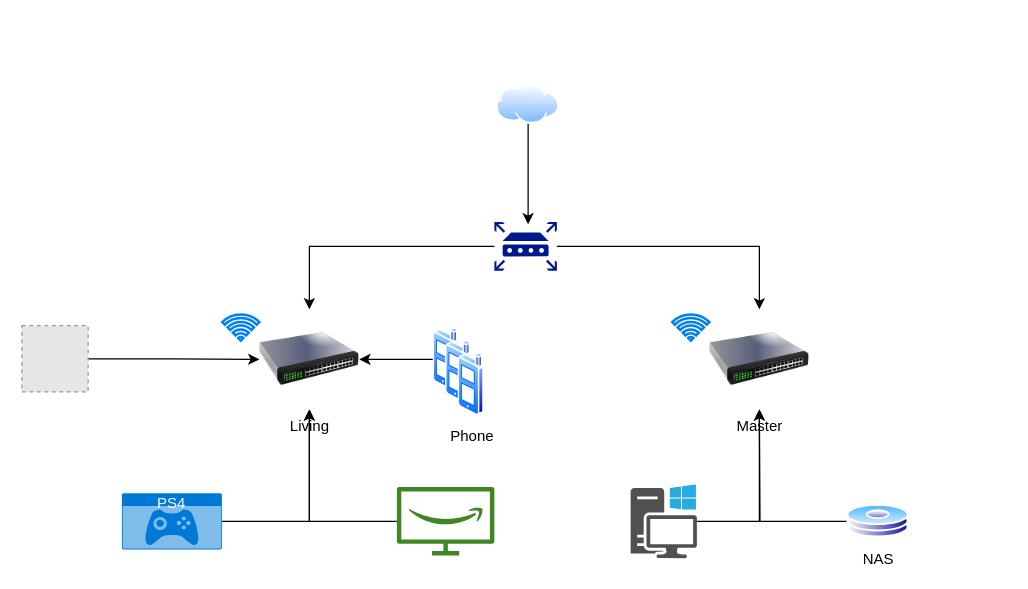
The draw.io diagram Untitled Diagram.drawio in ncinco/DslApi, before the edit. Source tidied: cells renumbered, new cells numbered last; positions are measured from the earlier drawing's top-left corner, leaving out a move shared by most shapes. Both pictures are drawn from the tidied source at 125%, with x=0, y=0 at pixel (21, 84). Pictures stored in the file or linked from it are replaced by grey dashed boxes.
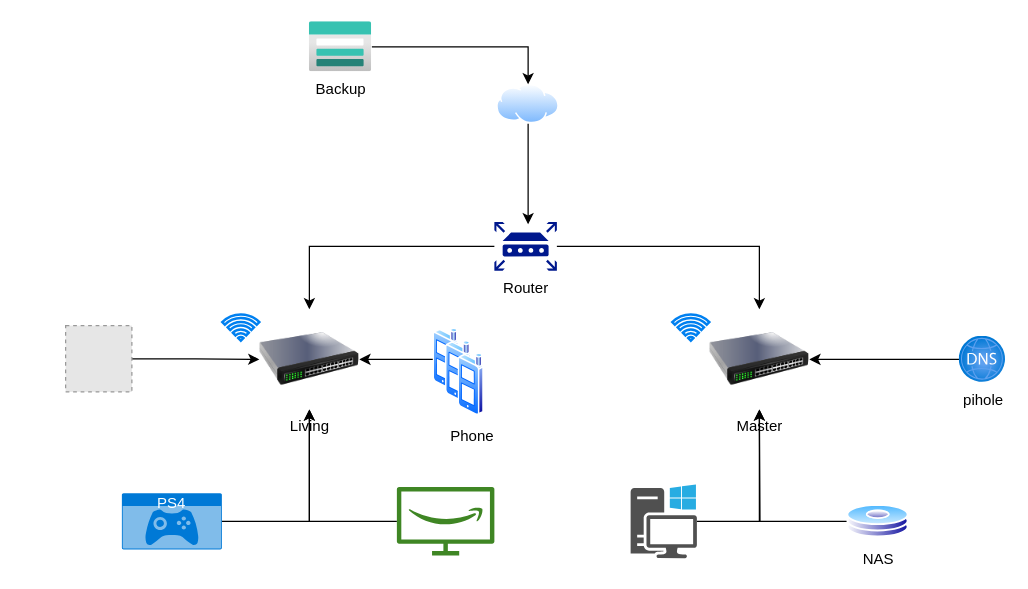
Above is the later version.

The change refers to these unchanged cells:
```xml
<mxCell id="6" style="image;perimeter=ellipsePerimeter;html=1;align=center;shadow=0;dashed=0;spacingTop=3;image=img/lib/active_directory/internet_cloud.svg;" parent="1" vertex="1">
  <mxGeometry x="380" width="50" height="31.5" as="geometry" />
</mxCell>
<mxCell id="8" value="Master" style="image;html=1;image=img/lib/clip_art/networking/Switch_128x128.png;" parent="1" vertex="1">
  <mxGeometry x="550" y="180" width="80" height="80" as="geometry" />
</mxCell>
```

Diff of the diagram source:
```diff
@@
-    <mxCell id="4" style="sketch=0;shadow=0;dashed=0;html=1;strokeColor=none;labelPosition=center;verticalLabelPosition=bottom;verticalAlign=top;align=center;fillColor=#00188D;shape=mxgraph.mscae.enterprise.router;" parent="1" vertex="1">
+    <mxCell id="4" value="Router" style="sketch=0;shadow=0;dashed=0;html=1;strokeColor=none;labelPosition=center;verticalLabelPosition=bottom;verticalAlign=top;align=center;fillColor=#00188D;shape=mxgraph.mscae.enterprise.router;" parent="1" vertex="1">
       <mxGeometry x="378" y="110" width="50" height="39" as="geometry" />
     </mxCell>
@@
     <mxCell id="24" style="fillColor=#E6E6E6;strokeColor=#999999;dashed=1;html=1;verticalAlign=top;verticalLabelPosition=bottom;labelBackgroundColor=#ffffff;" parent="1" vertex="1">
-      <mxGeometry y="193" width="53" height="53" as="geometry" />
+      <mxGeometry x="35" y="193" width="53" height="53" as="geometry" />
     </mxCell>
+    <mxCell id="25" style="edgeStyle=orthogonalEdgeStyle;rounded=0;jettySize=auto;html=1;entryX=1;entryY=0.5;entryDx=0;entryDy=0;" parent="1" edge="1" source="26" target="8">
+      <mxGeometry relative="1" as="geometry" />
+    </mxCell>
+    <mxCell id="26" value="pihole" style="image;html=1;points=[];align=center;fontSize=12;image=img/lib/azure2/networking/DNS_Zones.svg;" parent="1" vertex="1">
+      <mxGeometry x="750" y="201.5" width="37" height="37" as="geometry" />
+    </mxCell>
+    <mxCell id="27" style="edgeStyle=orthogonalEdgeStyle;rounded=0;jettySize=auto;html=1;entryX=0.5;entryY=0;entryDx=0;entryDy=0;" parent="1" edge="1" source="28" target="6">
+      <mxGeometry relative="1" as="geometry" />
+    </mxCell>
+    <mxCell id="28" value="Backup" style="image;html=1;points=[];align=center;fontSize=12;image=img/lib/azure2/storage/Storage_Accounts.svg;" parent="1" vertex="1">
+      <mxGeometry x="230" y="-50" width="50" height="40" as="geometry" />
+    </mxCell>
```
